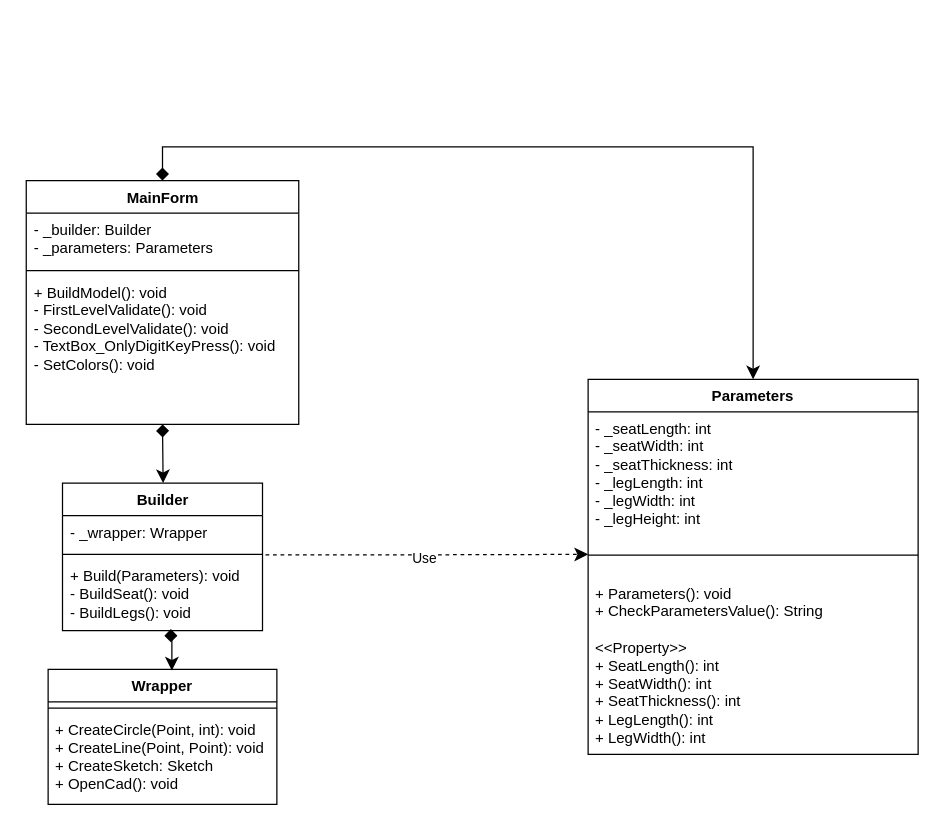
The draw.io diagram docs/диаграмма.drawio in pikaparson/basics_of_CAD_development, before the edit. Source tidied: cells renumbered, new cells numbered last; positions are measured from the earlier drawing's top-left corner, leaving out a move shared by most shapes. Both pictures are drawn from the tidied source at 125%, with x=0, y=0 at pixel (26, 146).
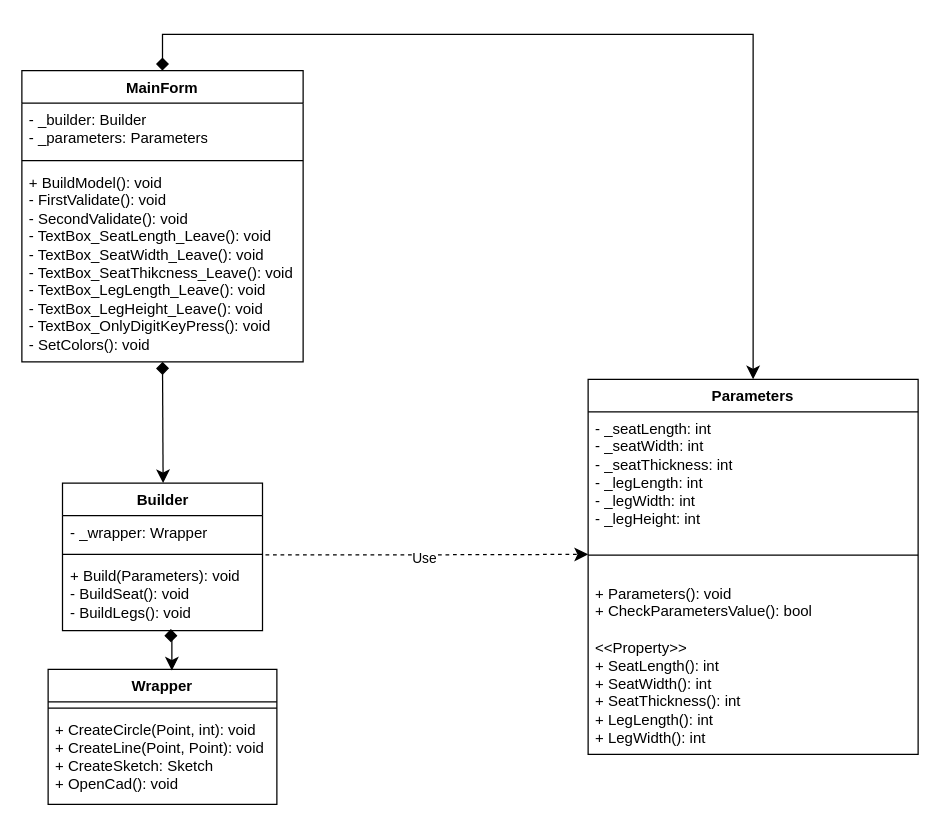
Above is the later version.

Unchanged cells that the change refers to:
```xml
<mxCell id="14" value="Parameters" style="swimlane;fontStyle=1;align=center;verticalAlign=top;horizontal=1;startSize=26;whiteSpace=wrap;html=1;" parent="1" vertex="1">
  <mxGeometry x="449" y="186" width="264" height="300" as="geometry" />
</mxCell>
```

The edit, as a diff of the source:
```diff
@@
     <mxCell id="2" value="MainForm" style="swimlane;fontStyle=1;align=center;verticalAlign=top;horizontal=1;startSize=26;whiteSpace=wrap;html=1;" parent="1" vertex="1">
-      <mxGeometry x="-0.5" y="27" width="218" height="195" as="geometry" />
+      <mxGeometry x="-4" y="-61" width="225" height="233" as="geometry" />
     </mxCell>
     <mxCell id="3" value="- _builder: Builder&lt;div&gt;- _parameters: Parameters&lt;br&gt;&lt;/div&gt;" style="text;strokeColor=none;fillColor=none;align=left;verticalAlign=top;spacingLeft=4;spacingRight=4;overflow=hidden;whiteSpace=wrap;html=1;" parent="2" vertex="1">
-      <mxGeometry y="26" width="218" height="42" as="geometry" />
+      <mxGeometry y="26" width="225" height="42" as="geometry" />
     </mxCell>
     <mxCell id="4" style="line;strokeWidth=1;fillColor=none;align=left;verticalAlign=middle;spacingTop=-1;spacingLeft=3;spacingRight=3;labelPosition=right;strokeColor=inherit;" parent="2" vertex="1">
-      <mxGeometry y="68" width="218" height="8" as="geometry" />
+      <mxGeometry y="68" width="225" height="8" as="geometry" />
     </mxCell>
-    <mxCell id="5" value="+ BuildModel(): void&lt;div&gt;- FirstLevelValidate(): void&lt;/div&gt;&lt;div&gt;- SecondLevelValidate(): void&lt;br&gt;&lt;div&gt;- TextBox_OnlyDigitKeyPress(): void&lt;/div&gt;&lt;/div&gt;&lt;div&gt;- SetColors(): void&lt;/div&gt;" style="text;strokeColor=none;fillColor=none;align=left;verticalAlign=top;spacingLeft=4;spacingRight=4;overflow=hidden;whiteSpace=wrap;html=1;" parent="2" vertex="1">
-      <mxGeometry y="76" width="218" height="119" as="geometry" />
+    <mxCell id="5" value="+ BuildModel(): void&lt;div&gt;- FirstValidate(): void&lt;/div&gt;&lt;div&gt;- SecondValidate(): void&lt;/div&gt;&lt;div&gt;- TextBox_SeatLength_Leave(): void&lt;/div&gt;&lt;div&gt;- TextBox_SeatWidth_Leave(): void&lt;/div&gt;&lt;div&gt;- TextBox_SeatThikcness_Leave(): void&lt;/div&gt;&lt;div&gt;- TextBox_LegLength_Leave(): void&lt;/div&gt;&lt;div&gt;- TextBox_LegHeight_Leave(): void&lt;br&gt;&lt;div&gt;- TextBox_OnlyDigitKeyPress(): void&lt;/div&gt;&lt;/div&gt;&lt;div&gt;- SetColors(): void&lt;/div&gt;" style="text;strokeColor=none;fillColor=none;align=left;verticalAlign=top;spacingLeft=4;spacingRight=4;overflow=hidden;whiteSpace=wrap;html=1;" parent="2" vertex="1">
+      <mxGeometry y="76" width="225" height="157" as="geometry" />
     </mxCell>
@@
-    <mxCell id="17" value="+ Parameters(): void&lt;div&gt;+ CheckParametersValue(): String&lt;br&gt;&lt;div&gt;&lt;br&gt;&lt;/div&gt;&lt;div&gt;&amp;lt;&amp;lt;Property&amp;gt;&amp;gt;&lt;/div&gt;&lt;div&gt;+ SeatLength(): int&lt;/div&gt;&lt;div&gt;+ SeatWidth(): int&lt;br&gt;&lt;/div&gt;&lt;div&gt;+ SeatThickness(): int&lt;br&gt;&lt;/div&gt;&lt;div&gt;+ LegLength(): int&lt;br&gt;&lt;/div&gt;&lt;div&gt;+ LegWidth(): int&lt;/div&gt;&lt;/div&gt;" style="text;strokeColor=none;fillColor=none;align=left;verticalAlign=top;spacingLeft=4;spacingRight=4;overflow=hidden;whiteSpace=wrap;html=1;" parent="14" vertex="1">
+    <mxCell id="17" value="+ Parameters(): void&lt;div&gt;+ CheckParametersValue(): bool&amp;nbsp;&lt;br&gt;&lt;div&gt;&lt;br&gt;&lt;/div&gt;&lt;div&gt;&amp;lt;&amp;lt;Property&amp;gt;&amp;gt;&lt;/div&gt;&lt;div&gt;+ SeatLength(): int&lt;/div&gt;&lt;div&gt;+ SeatWidth(): int&lt;br&gt;&lt;/div&gt;&lt;div&gt;+ SeatThickness(): int&lt;br&gt;&lt;/div&gt;&lt;div&gt;+ LegLength(): int&lt;br&gt;&lt;/div&gt;&lt;div&gt;+ LegWidth(): int&lt;/div&gt;&lt;/div&gt;" style="text;strokeColor=none;fillColor=none;align=left;verticalAlign=top;spacingLeft=4;spacingRight=4;overflow=hidden;whiteSpace=wrap;html=1;" parent="14" vertex="1">
       <mxGeometry y="158" width="264" height="142" as="geometry" />
     </mxCell>
     <mxCell id="18" style="edgeStyle=elbowEdgeStyle;elbow=horizontal;endArrow=classic;html=1;curved=0;rounded=0;endSize=8;startSize=8;exitX=0.5;exitY=0;exitDx=0;exitDy=0;strokeColor=default;startArrow=diamond;startFill=1;entryX=0.5;entryY=0;entryDx=0;entryDy=0;" parent="1" edge="1" source="2" target="14">
       <mxGeometry relative="1" as="geometry">
         <Array as="points">
-          <mxPoint x="361" />
+          <mxPoint x="352" y="-90" />
         </Array>
       </mxGeometry>
     </mxCell>
```
